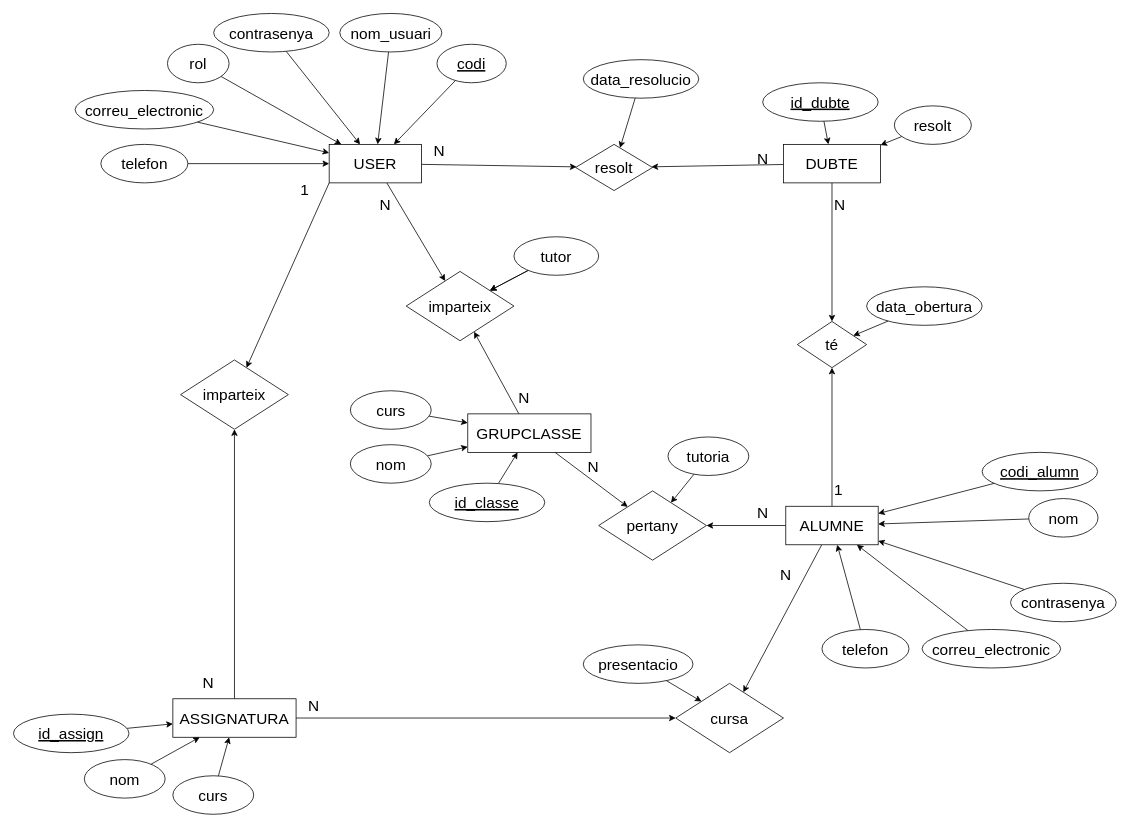
The draw.io diagram Diagrames/EntitatRelacio.drawio in Projecte4-Webs-al-punt/Projecte4-Gestor-de-Torns-Professors, before the edit. Source tidied: cells renumbered, new cells numbered last; positions are measured from the earlier drawing's top-left corner, leaving out a move shared by most shapes. Both pictures are drawn from the tidied source at 77%, with x=0, y=0 at pixel (13, 13).
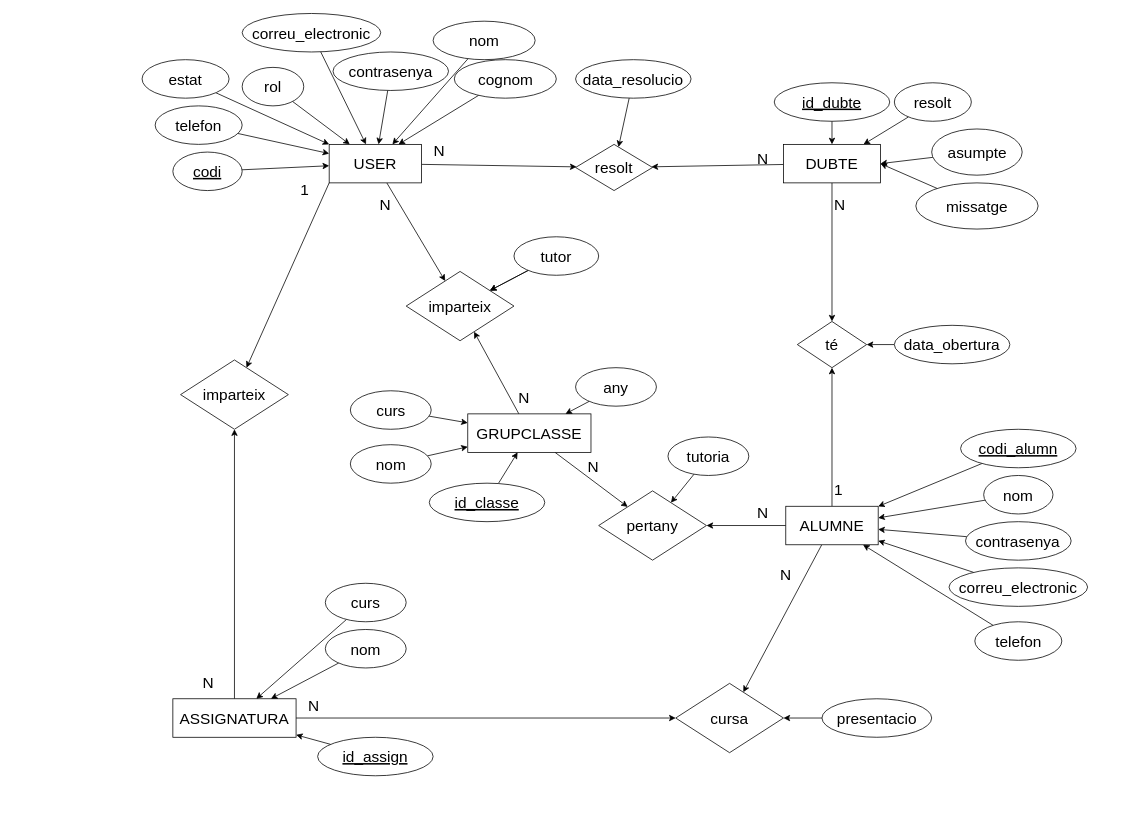
After the change.

Commit message:
modificado el diagrama

The change refers to these unchanged cells:
```xml
<mxCell id="9" value="&lt;font style=&quot;font-size: 20px&quot;&gt;USER&lt;/font&gt;" style="whiteSpace=wrap;html=1;align=center;" parent="1" vertex="1">
  <mxGeometry x="410" y="170" width="120" height="50" as="geometry" />
</mxCell>
<mxCell id="36" value="&lt;font style=&quot;font-size: 20px&quot;&gt;GRUPCLASSE&lt;/font&gt;" style="whiteSpace=wrap;html=1;align=center;" parent="1" vertex="1">
  <mxGeometry x="590" y="520" width="160" height="50" as="geometry" />
</mxCell>
<mxCell id="48" value="&lt;font style=&quot;font-size: 20px&quot;&gt;DUBTE&lt;/font&gt;" style="whiteSpace=wrap;html=1;align=center;" parent="1" vertex="1">
  <mxGeometry x="1000" y="170" width="126" height="50" as="geometry" />
</mxCell>
```

Change to the diagram source:
```diff
@@
     <mxCell id="11" value="codi_alumn" style="ellipse;whiteSpace=wrap;html=1;align=center;fontStyle=4;fontSize=20;" parent="1" vertex="1">
-      <mxGeometry x="1258" y="570" width="150" height="50" as="geometry" />
+      <mxGeometry x="1230" y="540" width="150" height="50" as="geometry" />
     </mxCell>
@@
     <mxCell id="13" value="codi" style="ellipse;whiteSpace=wrap;html=1;align=center;fontStyle=4;fontSize=20;" parent="1" vertex="1">
-      <mxGeometry x="550" y="40" width="90" height="50" as="geometry" />
+      <mxGeometry x="207" y="180" width="90" height="50" as="geometry" />
     </mxCell>
@@
     <mxCell id="15" value="nom" style="ellipse;whiteSpace=wrap;html=1;align=center;fontSize=20;" parent="1" vertex="1">
-      <mxGeometry x="1318.5" y="630" width="90" height="50" as="geometry" />
+      <mxGeometry x="1260" y="600" width="90" height="50" as="geometry" />
     </mxCell>
@@
-    <mxCell id="17" value="nom_usuari" style="ellipse;whiteSpace=wrap;html=1;align=center;fontSize=20;" parent="1" vertex="1">
-      <mxGeometry x="423.8" width="132.5" height="50" as="geometry" />
+    <mxCell id="17" value="nom" style="ellipse;whiteSpace=wrap;html=1;align=center;fontSize=20;" parent="1" vertex="1">
+      <mxGeometry x="545" y="10" width="132.5" height="50" as="geometry" />
     </mxCell>
@@
     <mxCell id="19" value="correu_electronic" style="ellipse;whiteSpace=wrap;html=1;align=center;fontSize=20;" parent="1" vertex="1">
-      <mxGeometry x="1180" y="800" width="180" height="50" as="geometry" />
+      <mxGeometry x="1215" y="720" width="180" height="50" as="geometry" />
     </mxCell>
@@
     <mxCell id="21" value="telefon" style="ellipse;whiteSpace=wrap;html=1;align=center;fontSize=20;" parent="1" vertex="1">
-      <mxGeometry x="1050" y="800" width="113" height="50" as="geometry" />
+      <mxGeometry x="1248.5" y="790" width="113" height="50" as="geometry" />
     </mxCell>
@@
     <mxCell id="23" value="correu_electronic" style="ellipse;whiteSpace=wrap;html=1;align=center;fontSize=20;" parent="1" vertex="1">
-      <mxGeometry x="80" y="100" width="180" height="50" as="geometry" />
+      <mxGeometry x="297" width="180" height="50" as="geometry" />
     </mxCell>
@@
     <mxCell id="25" value="telefon" style="ellipse;whiteSpace=wrap;html=1;align=center;fontSize=20;" parent="1" vertex="1">
-      <mxGeometry x="113.5" y="170" width="113" height="50" as="geometry" />
+      <mxGeometry x="184" y="120" width="113" height="50" as="geometry" />
     </mxCell>
@@
     <mxCell id="29" value="data_obertura" style="ellipse;whiteSpace=wrap;html=1;align=center;fontSize=20;" parent="1" vertex="1">
-      <mxGeometry x="1108" y="355" width="150" height="50" as="geometry" />
+      <mxGeometry x="1144" y="405" width="150" height="50" as="geometry" />
     </mxCell>
@@
     <mxCell id="31" value="data_resolucio" style="ellipse;whiteSpace=wrap;html=1;align=center;fontSize=20;" parent="1" vertex="1">
-      <mxGeometry x="740" y="60" width="150" height="50" as="geometry" />
+      <mxGeometry x="730" y="60" width="150" height="50" as="geometry" />
     </mxCell>
@@
     <mxCell id="33" value="resolt" style="ellipse;whiteSpace=wrap;html=1;align=center;fontSize=20;" parent="1" vertex="1">
-      <mxGeometry x="1144" y="120" width="100" height="50" as="geometry" />
+      <mxGeometry x="1144" y="90" width="100" height="50" as="geometry" />
     </mxCell>
@@
     <mxCell id="50" value="id_dubte" style="ellipse;whiteSpace=wrap;html=1;align=center;fontStyle=4;fontSize=20;" parent="1" vertex="1">
-      <mxGeometry x="973" y="90" width="150" height="50" as="geometry" />
+      <mxGeometry x="988" y="90" width="150" height="50" as="geometry" />
     </mxCell>
@@
     <mxCell id="67" value="id_assign" style="ellipse;whiteSpace=wrap;html=1;align=center;fontStyle=4;fontSize=20;" parent="1" vertex="1">
-      <mxGeometry y="910" width="150" height="50" as="geometry" />
+      <mxGeometry x="395" y="940" width="150" height="50" as="geometry" />
     </mxCell>
@@
     <mxCell id="69" value="nom" style="ellipse;whiteSpace=wrap;html=1;align=center;fontSize=20;" parent="1" vertex="1">
-      <mxGeometry x="92" y="969" width="105" height="50" as="geometry" />
+      <mxGeometry x="405" y="800" width="105" height="50" as="geometry" />
     </mxCell>
@@
     <mxCell id="71" value="curs" style="ellipse;whiteSpace=wrap;html=1;align=center;fontSize=20;" parent="1" vertex="1">
-      <mxGeometry x="207" y="990" width="105" height="50" as="geometry" />
+      <mxGeometry x="405" y="740" width="105" height="50" as="geometry" />
     </mxCell>
@@
     <mxCell id="79" value="presentacio" style="ellipse;whiteSpace=wrap;html=1;align=center;fontSize=20;" parent="1" vertex="1">
-      <mxGeometry x="740" y="820" width="142.5" height="50" as="geometry" />
+      <mxGeometry x="1050" y="890" width="142.5" height="50" as="geometry" />
     </mxCell>
@@
     <mxCell id="81" value="contrasenya" style="ellipse;whiteSpace=wrap;html=1;align=center;fontSize=20;" parent="1" vertex="1">
-      <mxGeometry x="260" width="150" height="50" as="geometry" />
+      <mxGeometry x="415" y="50" width="150" height="50" as="geometry" />
     </mxCell>
@@
     <mxCell id="83" value="rol" style="ellipse;whiteSpace=wrap;html=1;align=center;fontSize=20;" parent="1" vertex="1">
-      <mxGeometry x="200" y="40" width="80" height="50" as="geometry" />
+      <mxGeometry x="297" y="70" width="80" height="50" as="geometry" />
     </mxCell>
@@
     <mxCell id="85" value="contrasenya" style="ellipse;whiteSpace=wrap;html=1;align=center;fontSize=20;" parent="1" vertex="1">
-      <mxGeometry x="1294.9" y="740" width="137.2" height="50" as="geometry" />
+      <mxGeometry x="1236.4" y="660" width="137.2" height="50" as="geometry" />
     </mxCell>
+    <mxCell id="86" style="edgeStyle=none;html=1;entryX=0.75;entryY=0;entryDx=0;entryDy=0;" parent="1" edge="1" source="87" target="9">
+      <mxGeometry relative="1" as="geometry" />
+    </mxCell>
+    <mxCell id="87" value="cognom" style="ellipse;whiteSpace=wrap;html=1;align=center;fontSize=20;" parent="1" vertex="1">
+      <mxGeometry x="572.5" y="60" width="132.5" height="50" as="geometry" />
+    </mxCell>
+    <mxCell id="88" style="edgeStyle=none;html=1;entryX=0;entryY=0;entryDx=0;entryDy=0;" parent="1" edge="1" source="89" target="9">
+      <mxGeometry relative="1" as="geometry" />
+    </mxCell>
+    <mxCell id="89" value="estat" style="ellipse;whiteSpace=wrap;html=1;align=center;fontSize=20;" parent="1" vertex="1">
+      <mxGeometry x="167" y="60" width="113" height="50" as="geometry" />
+    </mxCell>
+    <mxCell id="90" style="edgeStyle=none;html=1;entryX=1;entryY=0.5;entryDx=0;entryDy=0;" parent="1" edge="1" source="91" target="48">
+      <mxGeometry relative="1" as="geometry" />
+    </mxCell>
+    <mxCell id="91" value="asumpte" style="ellipse;whiteSpace=wrap;html=1;align=center;fontSize=20;" parent="1" vertex="1">
+      <mxGeometry x="1192.5" y="150" width="117.5" height="60" as="geometry" />
+    </mxCell>
+    <mxCell id="92" style="edgeStyle=none;html=1;entryX=1;entryY=0.5;entryDx=0;entryDy=0;" parent="1" edge="1" source="93" target="48">
+      <mxGeometry relative="1" as="geometry" />
+    </mxCell>
+    <mxCell id="93" value="missatge" style="ellipse;whiteSpace=wrap;html=1;align=center;fontSize=20;" parent="1" vertex="1">
+      <mxGeometry x="1171.9" y="220" width="158.8" height="60" as="geometry" />
+    </mxCell>
+    <mxCell id="94" style="edgeStyle=none;html=1;" parent="1" edge="1" source="95" target="36">
+      <mxGeometry relative="1" as="geometry" />
+    </mxCell>
+    <mxCell id="95" value="any" style="ellipse;whiteSpace=wrap;html=1;align=center;fontSize=20;" parent="1" vertex="1">
+      <mxGeometry x="730" y="460" width="105" height="50" as="geometry" />
+    </mxCell>
```
